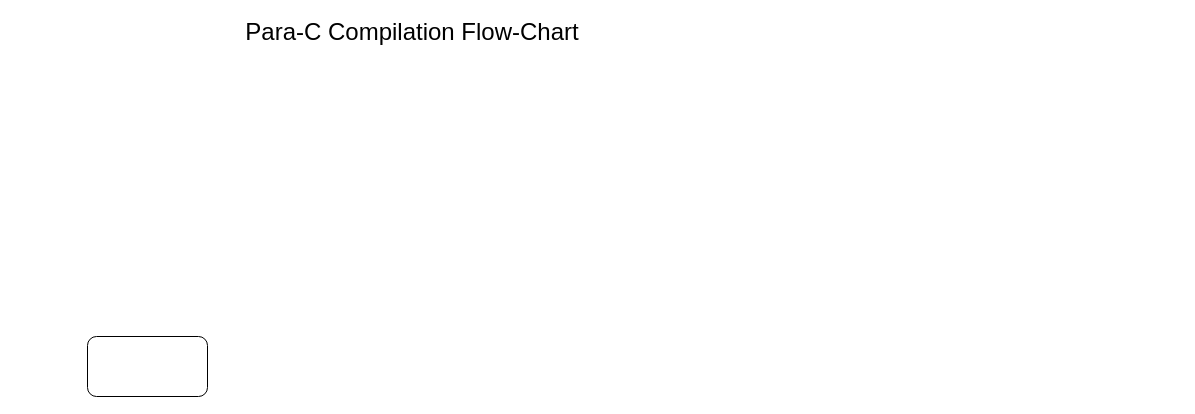
Para-Lang/para-compiler keeps this draw.io diagram as img/Para-C-Compilation-Flow-Chart.drawio. Above is the earlier version. Source tidied: cells renumbered, new cells numbered last; positions are measured from the earlier drawing's top-left corner, leaving out a move shared by most shapes. Both pictures are drawn from the tidied source at 100%, with x=0, y=0 at pixel (87, 36).
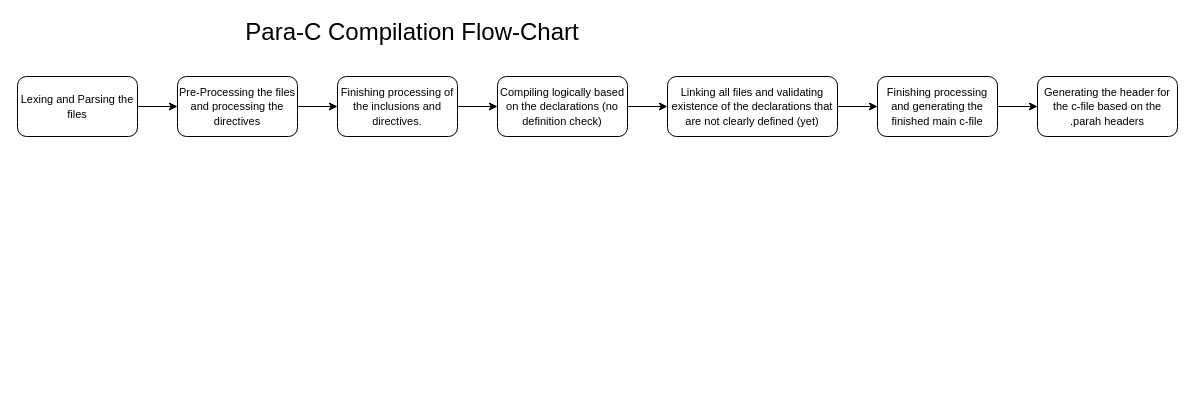
After the change.

Diff of the diagram source:
```diff
@@
 <mxGraphModel>
   <root>
     <mxCell id="0" />
     <mxCell id="1" parent="0" />
+    <mxCell id="4" style="edgeStyle=orthogonalEdgeStyle;rounded=0;jettySize=auto;html=1;exitX=1;exitY=0.5;exitDx=0;exitDy=0;entryX=0;entryY=0.5;entryDx=0;entryDy=0;" parent="1" edge="1" source="2" target="6">
+      <mxGeometry relative="1" as="geometry" />
+    </mxCell>
-    <mxCell id="2" style="rounded=1;whiteSpace=wrap;html=1;" parent="1" vertex="1">
-      <mxGeometry y="300" width="120" height="60" as="geometry" />
+    <mxCell id="2" value="&lt;font style=&quot;font-size: 11px&quot;&gt;Lexing and Parsing the files&lt;/font&gt;" style="rounded=1;whiteSpace=wrap;html=1;" parent="1" vertex="1">
+      <mxGeometry x="-70" y="40" width="120" height="60" as="geometry" />
     </mxCell>
     <mxCell id="3" value="&lt;div&gt;&lt;font style=&quot;font-size: 24px&quot;&gt;Para-C Compilation Flow-Chart&lt;/font&gt;&lt;/div&gt;&lt;div&gt;&lt;font style=&quot;font-size: 24px&quot;&gt;&lt;br&gt;&lt;/font&gt;&lt;/div&gt;" style="text;html=1;strokeColor=none;fillColor=none;align=center;verticalAlign=middle;whiteSpace=wrap;rounded=0;" parent="1" vertex="1">
       <mxGeometry x="100" width="450" height="20" as="geometry" />
     </mxCell>
+    <mxCell id="5" style="edgeStyle=orthogonalEdgeStyle;rounded=0;jettySize=auto;html=1;exitX=1;exitY=0.5;exitDx=0;exitDy=0;entryX=0;entryY=0.5;entryDx=0;entryDy=0;" parent="1" edge="1" source="6" target="8">
+      <mxGeometry relative="1" as="geometry" />
+    </mxCell>
+    <mxCell id="6" value="&lt;font style=&quot;font-size: 11px&quot;&gt;Pre-Processing the files and processing the directives&lt;/font&gt;" style="rounded=1;whiteSpace=wrap;html=1;" parent="1" vertex="1">
+      <mxGeometry x="90" y="40" width="120" height="60" as="geometry" />
+    </mxCell>
+    <mxCell id="7" style="edgeStyle=orthogonalEdgeStyle;rounded=0;jettySize=auto;html=1;exitX=1;exitY=0.5;exitDx=0;exitDy=0;entryX=0;entryY=0.5;entryDx=0;entryDy=0;" parent="1" edge="1" source="8" target="10">
+      <mxGeometry relative="1" as="geometry" />
+    </mxCell>
+    <mxCell id="8" value="&lt;font style=&quot;font-size: 11px&quot;&gt;Finishing processing of the inclusions and directives.&lt;/font&gt;" style="rounded=1;whiteSpace=wrap;html=1;" parent="1" vertex="1">
+      <mxGeometry x="250" y="40" width="120" height="60" as="geometry" />
+    </mxCell>
+    <mxCell id="9" style="edgeStyle=orthogonalEdgeStyle;rounded=0;jettySize=auto;html=1;exitX=1;exitY=0.5;exitDx=0;exitDy=0;entryX=0;entryY=0.5;entryDx=0;entryDy=0;" parent="1" edge="1" source="10" target="12">
+      <mxGeometry relative="1" as="geometry" />
+    </mxCell>
+    <mxCell id="10" value="&lt;font style=&quot;font-size: 11px&quot;&gt;Compiling logically based on the declarations (no definition check)&lt;/font&gt;" style="rounded=1;whiteSpace=wrap;html=1;" parent="1" vertex="1">
+      <mxGeometry x="410" y="40" width="130" height="60" as="geometry" />
+    </mxCell>
+    <mxCell id="11" style="edgeStyle=orthogonalEdgeStyle;rounded=0;jettySize=auto;html=1;exitX=1;exitY=0.5;exitDx=0;exitDy=0;entryX=0;entryY=0.5;entryDx=0;entryDy=0;" parent="1" edge="1" source="12" target="14">
+      <mxGeometry relative="1" as="geometry" />
+    </mxCell>
+    <mxCell id="12" value="&lt;font style=&quot;font-size: 11px&quot;&gt;Linking all files and validating existence of the declarations that are not clearly defined (yet)&lt;/font&gt;" style="rounded=1;whiteSpace=wrap;html=1;" parent="1" vertex="1">
+      <mxGeometry x="580" y="40" width="170" height="60" as="geometry" />
+    </mxCell>
+    <mxCell id="13" style="edgeStyle=orthogonalEdgeStyle;rounded=0;jettySize=auto;html=1;exitX=1;exitY=0.5;exitDx=0;exitDy=0;entryX=0;entryY=0.5;entryDx=0;entryDy=0;" parent="1" edge="1" source="14" target="15">
+      <mxGeometry relative="1" as="geometry" />
+    </mxCell>
+    <mxCell id="14" value="&lt;font style=&quot;font-size: 11px&quot;&gt;Finishing processing and generating the finished main c-file&lt;/font&gt;" style="rounded=1;whiteSpace=wrap;html=1;" parent="1" vertex="1">
+      <mxGeometry x="790" y="40" width="120" height="60" as="geometry" />
+    </mxCell>
+    <mxCell id="15" value="&lt;font style=&quot;font-size: 11px&quot;&gt;Generating the header for the c-file based on the .parah headers&lt;/font&gt;" style="rounded=1;whiteSpace=wrap;html=1;" parent="1" vertex="1">
+      <mxGeometry x="950" y="40" width="140" height="60" as="geometry" />
+    </mxCell>
   </root>
 </mxGraphModel>
```
